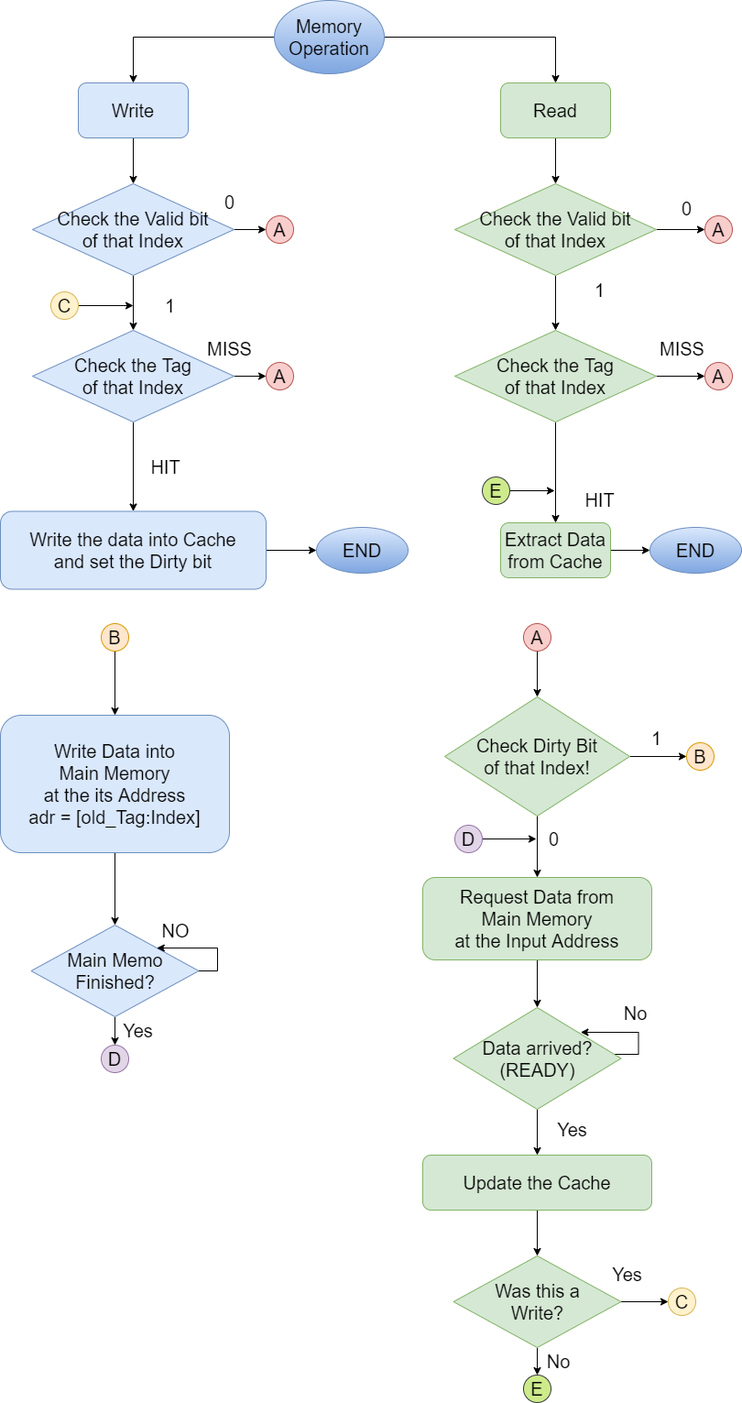
Before: docs/design/images/cache_system_flowchart.png, a diagram exported from draw.io (mido3ds/pipeline-risc-cpu). Source tidied: cells renumbered, new cells last; positions are measured from the earlier drawing's top-left corner, leaving out a move shared by most shapes.
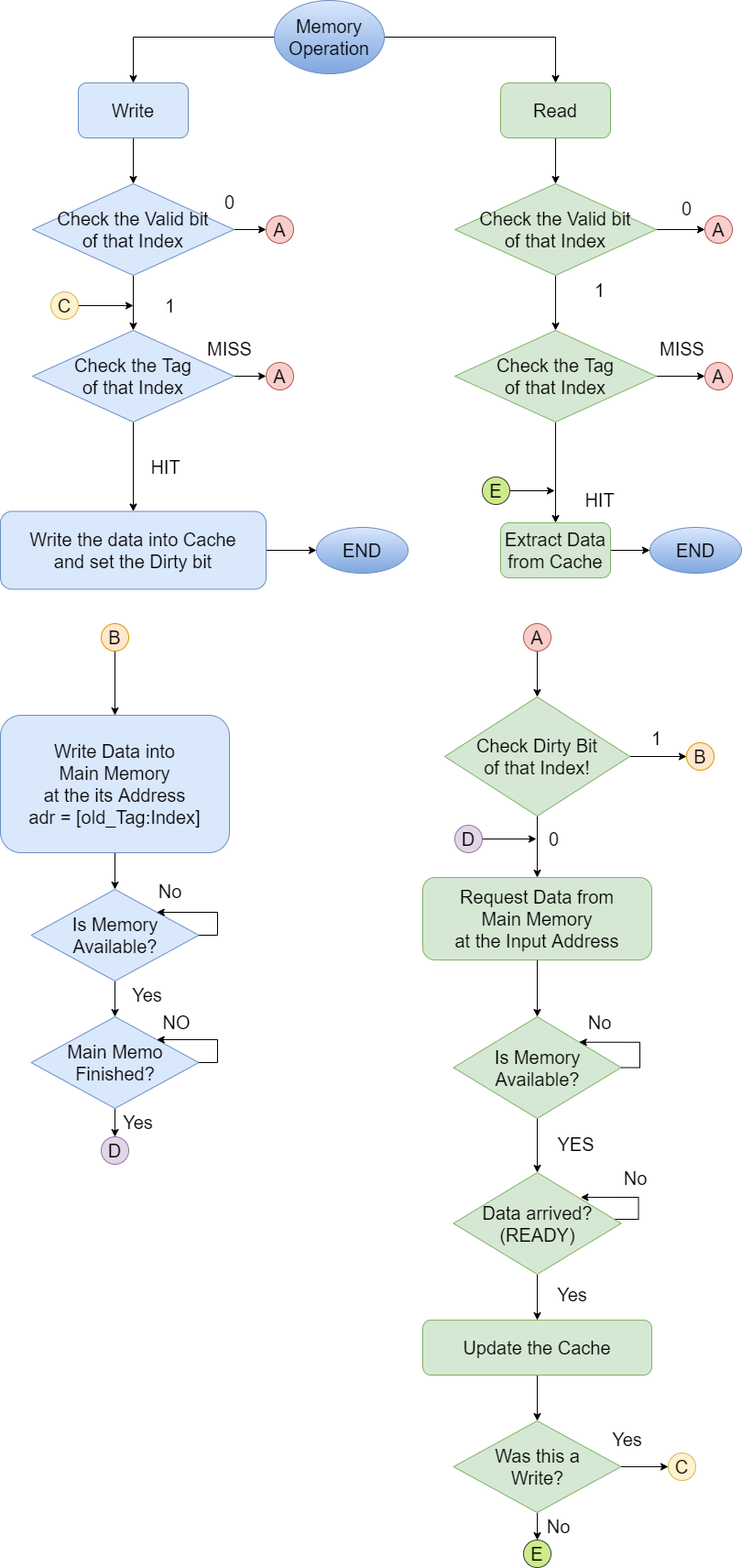
The same diagram one commit later.

Commit message:
added diagram for cache controller

The edit, as a diff of the source:
```diff
@@ -76,35 +76,35 @@
     <mxCell id="25" value="END" style="ellipse;whiteSpace=wrap;html=1;fontSize=20;gradientColor=#7ea6e0;fillColor=#dae8fc;strokeColor=#6c8ebf;" parent="1" vertex="1">
       <mxGeometry x="709" y="575" width="100" height="50" as="geometry" />
     </mxCell>
-    <mxCell id="26" style="edgeStyle=orthogonalEdgeStyle;rounded=0;jettySize=auto;html=1;fontSize=20;" parent="1" edge="1" source="27" target="30">
-      <mxGeometry relative="1" as="geometry" />
-    </mxCell>
+    <mxCell id="79" style="edgeStyle=orthogonalEdgeStyle;rounded=0;jettySize=auto;html=1;entryX=0.5;entryY=0;entryDx=0;entryDy=0;fontSize=20;" parent="1" edge="1" source="27" target="82">
+      <mxGeometry relative="1" as="geometry" />
+    </mxCell>
     <mxCell id="27" value="Request Data from&lt;br style=&quot;font-size: 20px;&quot;&gt;Main Memory&lt;br style=&quot;font-size: 20px;&quot;&gt;at the Input Address" style="rounded=1;whiteSpace=wrap;html=1;fontSize=20;fillColor=#d5e8d4;strokeColor=#82b366;" parent="1" vertex="1">
       <mxGeometry x="461" y="957" width="250" height="90" as="geometry" />
     </mxCell>
     <mxCell id="28" style="edgeStyle=orthogonalEdgeStyle;rounded=0;orthogonalLoop=1;jettySize=auto;html=1;fontSize=20;entryX=0.759;entryY=0.243;entryDx=0;entryDy=0;entryPerimeter=0;" parent="1" edge="1" source="30" target="30">
       <mxGeometry relative="1" as="geometry">
         <Array as="points">
-          <mxPoint x="584.5" y="1150" />
-          <mxPoint x="696.5" y="1150" />
-          <mxPoint x="696.5" y="1124" />
+          <mxPoint x="584.5" y="1330" />
+          <mxPoint x="696.5" y="1330" />
+          <mxPoint x="696.5" y="1304" />
         </Array>
       </mxGeometry>
     </mxCell>
     <mxCell id="29" style="edgeStyle=orthogonalEdgeStyle;rounded=0;jettySize=auto;html=1;fontSize=20;" parent="1" edge="1" source="30" target="33">
       <mxGeometry relative="1" as="geometry" />
     </mxCell>
-    <mxCell id="30" value="Data arrived?&lt;br&gt;(READY)" style="rhombus;whiteSpace=wrap;html=1;fontSize=20;fillColor=#d5e8d4;strokeColor=#82b366;" parent="1" vertex="1">
-      <mxGeometry x="494.5" y="1099" width="183" height="111" as="geometry" />
+    <mxCell id="30" value="Data arrived?&lt;br style=&quot;font-size: 20px;&quot;&gt;(READY)" style="rhombus;whiteSpace=wrap;html=1;fontSize=20;fillColor=#d5e8d4;strokeColor=#82b366;" parent="1" vertex="1">
+      <mxGeometry x="494.5" y="1279" width="183" height="111" as="geometry" />
     </mxCell>
     <mxCell id="31" value="No" style="text;html=1;align=center;verticalAlign=middle;fontSize=20;" parent="1" vertex="1">
-      <mxGeometry x="672.5" y="1090" width="40" height="30" as="geometry" />
+      <mxGeometry x="672.5" y="1270" width="40" height="30" as="geometry" />
     </mxCell>
     <mxCell id="32" style="edgeStyle=orthogonalEdgeStyle;rounded=0;jettySize=auto;html=1;fontSize=20;" parent="1" edge="1" source="33" target="54">
       <mxGeometry relative="1" as="geometry" />
     </mxCell>
     <mxCell id="33" value="Update the Cache" style="rounded=1;whiteSpace=wrap;html=1;fontSize=20;fillColor=#d5e8d4;strokeColor=#82b366;" parent="1" vertex="1">
-      <mxGeometry x="461" y="1260" width="250" height="60" as="geometry" />
+      <mxGeometry x="461" y="1440" width="250" height="60" as="geometry" />
     </mxCell>
     <mxCell id="34" style="edgeStyle=orthogonalEdgeStyle;rounded=0;jettySize=auto;html=1;fontSize=20;" parent="1" edge="1" target="38">
       <mxGeometry relative="1" as="geometry">
@@ -116,7 +116,7 @@
         <mxPoint x="586" y="890" as="sourcePoint" />
       </mxGeometry>
     </mxCell>
-    <mxCell id="36" value="Check Dirty Bit&lt;br&gt;of that Index!" style="rhombus;whiteSpace=wrap;html=1;fontSize=20;fillColor=#d5e8d4;strokeColor=#82b366;" parent="1" vertex="1">
+    <mxCell id="36" value="Check Dirty Bit&lt;br style=&quot;font-size: 20px;&quot;&gt;of that Index!" style="rhombus;whiteSpace=wrap;html=1;fontSize=20;fillColor=#d5e8d4;strokeColor=#82b366;" parent="1" vertex="1">
       <mxGeometry x="485" y="760" width="202" height="130" as="geometry" />
     </mxCell>
     <mxCell id="37" value="0" style="text;html=1;align=center;verticalAlign=middle;fontSize=20;" parent="1" vertex="1">
@@ -149,7 +149,7 @@
     <mxCell id="46" style="edgeStyle=orthogonalEdgeStyle;rounded=0;jettySize=auto;html=1;fontSize=20;" parent="1" edge="1" source="47" target="62">
       <mxGeometry relative="1" as="geometry" />
     </mxCell>
-    <mxCell id="47" value="Write the data into Cache&lt;br&gt;and set the Dirty bit" style="rounded=1;whiteSpace=wrap;html=1;fontSize=20;fillColor=#dae8fc;strokeColor=#6c8ebf;" parent="1" vertex="1">
+    <mxCell id="47" value="Write the data into Cache&lt;br style=&quot;font-size: 20px;&quot;&gt;and set the Dirty bit" style="rounded=1;whiteSpace=wrap;html=1;fontSize=20;fillColor=#dae8fc;strokeColor=#6c8ebf;" parent="1" vertex="1">
       <mxGeometry y="557.5" width="290" height="85" as="geometry" />
     </mxCell>
     <mxCell id="48" value="A" style="ellipse;whiteSpace=wrap;html=1;fontSize=20;fillColor=#f8cecc;strokeColor=#b85450;" parent="1" vertex="1">
@@ -162,7 +162,7 @@
       <mxGeometry x="235" y="205" width="30" height="30" as="geometry" />
     </mxCell>
     <mxCell id="51" value="Yes" style="text;html=1;align=center;verticalAlign=middle;fontSize=20;" parent="1" vertex="1">
-      <mxGeometry x="599" y="1217" width="50" height="30" as="geometry" />
+      <mxGeometry x="599" y="1397" width="50" height="30" as="geometry" />
     </mxCell>
     <mxCell id="52" style="edgeStyle=orthogonalEdgeStyle;rounded=0;jettySize=auto;html=1;entryX=0;entryY=0.5;entryDx=0;entryDy=0;fontSize=20;" parent="1" edge="1" source="54" target="56">
       <mxGeometry relative="1" as="geometry" />
@@ -170,14 +170,14 @@
     <mxCell id="53" style="edgeStyle=orthogonalEdgeStyle;rounded=0;jettySize=auto;html=1;entryX=0.5;entryY=0;entryDx=0;entryDy=0;fontSize=20;" parent="1" edge="1" source="54" target="75">
       <mxGeometry relative="1" as="geometry" />
     </mxCell>
-    <mxCell id="54" value="Was this a&lt;br&gt;Write?" style="rhombus;whiteSpace=wrap;html=1;fontSize=20;fillColor=#d5e8d4;strokeColor=#82b366;" parent="1" vertex="1">
-      <mxGeometry x="494.5" y="1370" width="183" height="100" as="geometry" />
+    <mxCell id="54" value="Was this a&lt;br style=&quot;font-size: 20px;&quot;&gt;Write?" style="rhombus;whiteSpace=wrap;html=1;fontSize=20;fillColor=#d5e8d4;strokeColor=#82b366;" parent="1" vertex="1">
+      <mxGeometry x="494.5" y="1550" width="183" height="100" as="geometry" />
     </mxCell>
     <mxCell id="55" value="No" style="text;html=1;align=center;verticalAlign=middle;fontSize=20;" parent="1" vertex="1">
-      <mxGeometry x="589" y="1470" width="40" height="30" as="geometry" />
+      <mxGeometry x="589" y="1650" width="40" height="30" as="geometry" />
     </mxCell>
     <mxCell id="56" value="C" style="ellipse;whiteSpace=wrap;html=1;fontSize=20;fillColor=#fff2cc;strokeColor=#d6b656;" parent="1" vertex="1">
-      <mxGeometry x="729" y="1405" width="30" height="30" as="geometry" />
+      <mxGeometry x="729" y="1585" width="30" height="30" as="geometry" />
     </mxCell>
     <mxCell id="57" style="edgeStyle=orthogonalEdgeStyle;rounded=0;jettySize=auto;html=1;fontSize=20;" parent="1" edge="1" source="58">
       <mxGeometry relative="1" as="geometry">
@@ -205,26 +205,26 @@
     <mxCell id="64" value="B" style="ellipse;whiteSpace=wrap;html=1;fontSize=20;fillColor=#ffe6cc;strokeColor=#d79b00;" parent="1" vertex="1">
       <mxGeometry x="110" y="680" width="30" height="30" as="geometry" />
     </mxCell>
-    <mxCell id="65" style="edgeStyle=orthogonalEdgeStyle;rounded=0;jettySize=auto;html=1;entryX=0.5;entryY=0;entryDx=0;entryDy=0;fontSize=20;" parent="1" edge="1" source="66" target="68">
-      <mxGeometry relative="1" as="geometry" />
-    </mxCell>
+    <mxCell id="80" style="edgeStyle=orthogonalEdgeStyle;rounded=0;jettySize=auto;html=1;fontSize=20;" parent="1" edge="1" source="66" target="87">
+      <mxGeometry relative="1" as="geometry" />
+    </mxCell>
-    <mxCell id="66" value="Write Data into&lt;br&gt;Main Memory&lt;br&gt;at the its Address&lt;br&gt;adr = [old_Tag:Index]" style="rounded=1;whiteSpace=wrap;html=1;fontSize=20;fillColor=#dae8fc;strokeColor=#6c8ebf;" parent="1" vertex="1">
+    <mxCell id="66" value="Write Data into&lt;br style=&quot;font-size: 20px;&quot;&gt;Main Memory&lt;br style=&quot;font-size: 20px;&quot;&gt;at the its Address&lt;br style=&quot;font-size: 20px;&quot;&gt;adr = [old_Tag:Index]" style="rounded=1;whiteSpace=wrap;html=1;fontSize=20;fillColor=#dae8fc;strokeColor=#6c8ebf;" parent="1" vertex="1">
       <mxGeometry y="780" width="250" height="150" as="geometry" />
     </mxCell>
     <mxCell id="67" style="edgeStyle=orthogonalEdgeStyle;rounded=0;jettySize=auto;html=1;entryX=0.5;entryY=0;entryDx=0;entryDy=0;fontSize=20;" parent="1" edge="1" source="68" target="71">
       <mxGeometry relative="1" as="geometry" />
     </mxCell>
-    <mxCell id="68" value="Main Memo&lt;br&gt;Finished?" style="rhombus;whiteSpace=wrap;html=1;fontSize=20;fillColor=#dae8fc;strokeColor=#6c8ebf;" parent="1" vertex="1">
-      <mxGeometry x="33.5" y="1009" width="183" height="100" as="geometry" />
+    <mxCell id="68" value="Main Memo&lt;br style=&quot;font-size: 20px;&quot;&gt;Finished?" style="rhombus;whiteSpace=wrap;html=1;fontSize=20;fillColor=#dae8fc;strokeColor=#6c8ebf;" parent="1" vertex="1">
+      <mxGeometry x="33.5" y="1109" width="183" height="100" as="geometry" />
     </mxCell>
     <mxCell id="69" value="NO" style="text;html=1;align=center;verticalAlign=middle;fontSize=20;" parent="1" vertex="1">
-      <mxGeometry x="166.5" y="1000" width="50" height="30" as="geometry" />
+      <mxGeometry x="166.5" y="1100" width="50" height="30" as="geometry" />
     </mxCell>
     <mxCell id="70" value="Yes" style="text;html=1;align=center;verticalAlign=middle;fontSize=20;" parent="1" vertex="1">
-      <mxGeometry x="125" y="1109" width="50" height="30" as="geometry" />
+      <mxGeometry x="125" y="1209" width="50" height="30" as="geometry" />
     </mxCell>
     <mxCell id="71" value="D" style="ellipse;whiteSpace=wrap;html=1;fontSize=20;fillColor=#e1d5e7;strokeColor=#9673a6;" parent="1" vertex="1">
-      <mxGeometry x="110" y="1140" width="30" height="30" as="geometry" />
+      <mxGeometry x="110" y="1240" width="30" height="30" as="geometry" />
     </mxCell>
     <mxCell id="72" style="edgeStyle=orthogonalEdgeStyle;rounded=0;jettySize=auto;html=1;fontSize=20;" parent="1" edge="1" source="73">
       <mxGeometry relative="1" as="geometry">
@@ -235,10 +235,10 @@
       <mxGeometry x="496" y="900" width="30" height="30" as="geometry" />
     </mxCell>
     <mxCell id="74" value="Yes" style="text;html=1;align=center;verticalAlign=middle;fontSize=20;" parent="1" vertex="1">
-      <mxGeometry x="659" y="1375" width="50" height="30" as="geometry" />
+      <mxGeometry x="659" y="1555" width="50" height="30" as="geometry" />
     </mxCell>
     <mxCell id="75" value="E" style="ellipse;whiteSpace=wrap;html=1;fontSize=20;fillColor=#cdeb8b;strokeColor=#36393d;" parent="1" vertex="1">
-      <mxGeometry x="571" y="1500" width="30" height="30" as="geometry" />
+      <mxGeometry x="571" y="1680" width="30" height="30" as="geometry" />
     </mxCell>
     <mxCell id="76" style="edgeStyle=orthogonalEdgeStyle;rounded=0;jettySize=auto;html=1;fontSize=20;" parent="1" edge="1" source="77">
       <mxGeometry relative="1" as="geometry">
@@ -251,10 +251,50 @@
     <mxCell id="78" style="edgeStyle=orthogonalEdgeStyle;rounded=0;orthogonalLoop=1;jettySize=auto;html=1;entryX=1;entryY=0;entryDx=0;entryDy=0;fontSize=20;" parent="1" edge="1" source="68" target="68">
       <mxGeometry relative="1" as="geometry">
         <Array as="points">
-          <mxPoint x="237" y="1059" />
-          <mxPoint x="237" y="1034" />
+          <mxPoint x="237" y="1159" />
+          <mxPoint x="237" y="1134" />
         </Array>
       </mxGeometry>
     </mxCell>
+    <mxCell id="81" style="edgeStyle=orthogonalEdgeStyle;rounded=0;jettySize=auto;html=1;entryX=0.5;entryY=0;entryDx=0;entryDy=0;fontSize=20;" parent="1" edge="1" source="82" target="30">
+      <mxGeometry relative="1" as="geometry" />
+    </mxCell>
+    <mxCell id="82" value="Is Memory&lt;br style=&quot;font-size: 20px;&quot;&gt;Available?" style="rhombus;whiteSpace=wrap;html=1;fontSize=20;fillColor=#d5e8d4;strokeColor=#82b366;" parent="1" vertex="1">
+      <mxGeometry x="494.5" y="1109" width="183" height="111" as="geometry" />
+    </mxCell>
+    <mxCell id="83" value="YES" style="text;html=1;align=center;verticalAlign=middle;fontSize=20;" parent="1" vertex="1">
+      <mxGeometry x="598" y="1233" width="60" height="30" as="geometry" />
+    </mxCell>
+    <mxCell id="84" style="edgeStyle=orthogonalEdgeStyle;rounded=0;orthogonalLoop=1;jettySize=auto;html=1;entryX=1;entryY=0;entryDx=0;entryDy=0;fontSize=20;" parent="1" edge="1" source="82" target="82">
+      <mxGeometry relative="1" as="geometry">
+        <Array as="points">
+          <mxPoint x="698" y="1165" />
+          <mxPoint x="698" y="1137" />
+        </Array>
+      </mxGeometry>
+    </mxCell>
+    <mxCell id="85" value="No" style="text;html=1;align=center;verticalAlign=middle;fontSize=20;" parent="1" vertex="1">
+      <mxGeometry x="634" y="1100" width="40" height="30" as="geometry" />
+    </mxCell>
+    <mxCell id="86" style="edgeStyle=orthogonalEdgeStyle;rounded=0;jettySize=auto;html=1;fontSize=20;" parent="1" edge="1" source="87" target="68">
+      <mxGeometry relative="1" as="geometry" />
+    </mxCell>
+    <mxCell id="87" value="Is Memory&lt;br&gt;Available?" style="rhombus;whiteSpace=wrap;html=1;fontSize=20;fillColor=#dae8fc;strokeColor=#6c8ebf;" parent="1" vertex="1">
+      <mxGeometry x="33.5" y="970" width="183" height="100" as="geometry" />
+    </mxCell>
+    <mxCell id="88" value="Yes" style="text;html=1;align=center;verticalAlign=middle;fontSize=20;" parent="1" vertex="1">
+      <mxGeometry x="135" y="1070" width="50" height="30" as="geometry" />
+    </mxCell>
+    <mxCell id="89" style="edgeStyle=orthogonalEdgeStyle;rounded=0;orthogonalLoop=1;jettySize=auto;html=1;entryX=1;entryY=0;entryDx=0;entryDy=0;fontSize=20;" parent="1" edge="1" source="87" target="87">
+      <mxGeometry relative="1" as="geometry">
+        <Array as="points">
+          <mxPoint x="237" y="1020" />
+          <mxPoint x="237" y="995" />
+        </Array>
+      </mxGeometry>
+    </mxCell>
+    <mxCell id="90" value="No" style="text;html=1;align=center;verticalAlign=middle;fontSize=20;" parent="1" vertex="1">
+      <mxGeometry x="165" y="957" width="40" height="30" as="geometry" />
+    </mxCell>
   </root>
 </mxGraphModel>
```
